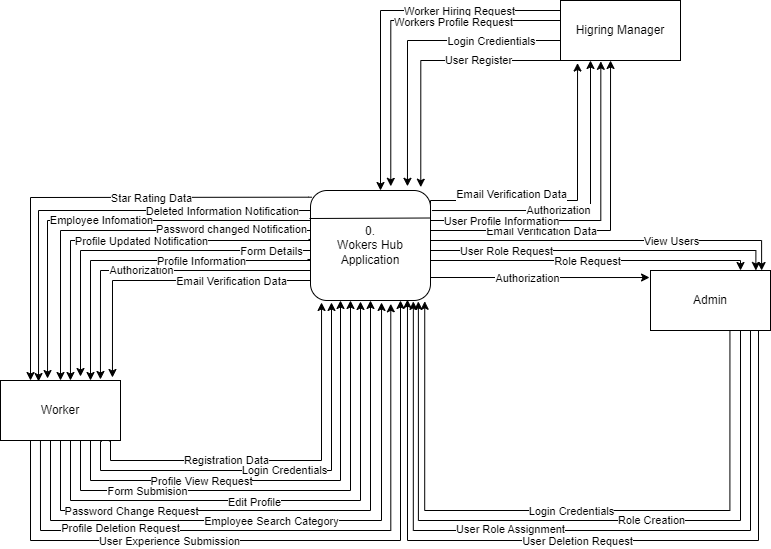
This is context diagram 2.png from SujinRajak/WorkersManaginHub, a draw.io export, as it was before one commit. Source tidied: cells renumbered, new cells last; positions are measured from the earlier drawing's top-left corner, leaving out a move shared by most shapes.
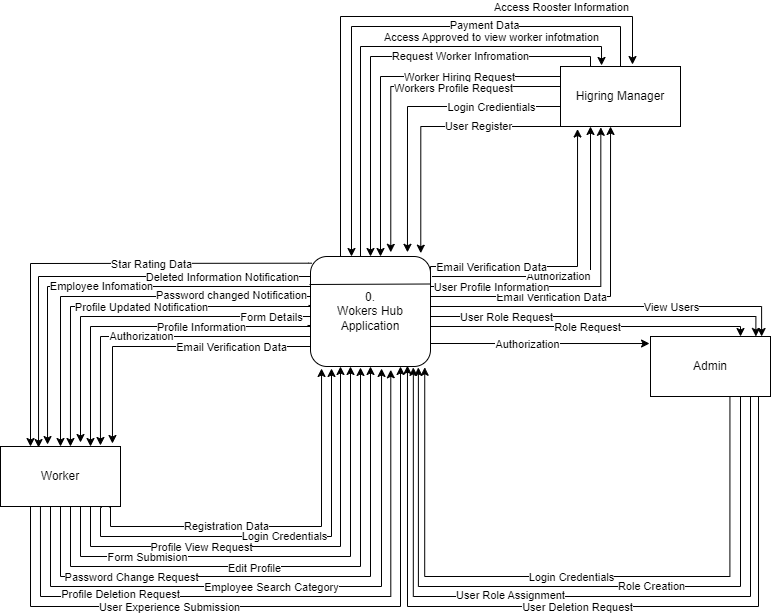
After the change.

Change to the diagram source:
```diff
@@ -115,7 +115,7 @@
     </mxCell>
     <mxCell id="19" value="Email Verification Data" style="edgeLabel;html=1;align=center;verticalAlign=middle;" parent="18" vertex="1">
       <mxGeometry x="-0.36" y="-1" relative="1" as="geometry">
-        <mxPoint x="27" y="-1" as="offset" />
+        <mxPoint x="37" y="-1" as="offset" />
       </mxGeometry>
     </mxCell>
     <mxCell id="20" style="edgeStyle=orthogonalEdgeStyle;rounded=0;jettySize=auto;html=1;exitX=1;exitY=0.5;exitDx=0;exitDy=0;entryX=0.336;entryY=1.014;entryDx=0;entryDy=0;entryPerimeter=0;" parent="1" edge="1" source="36" target="65">
@@ -128,7 +128,7 @@
     </mxCell>
     <mxCell id="21" value="User Profile Information" style="edgeLabel;html=1;align=center;verticalAlign=middle;" parent="20" vertex="1">
       <mxGeometry x="-0.55" relative="1" as="geometry">
-        <mxPoint x="16" as="offset" />
+        <mxPoint x="6" as="offset" />
       </mxGeometry>
     </mxCell>
     <mxCell id="22" style="edgeStyle=orthogonalEdgeStyle;rounded=0;jettySize=auto;html=1;exitX=1.012;exitY=0.182;exitDx=0;exitDy=0;entryX=0.25;entryY=1;entryDx=0;entryDy=0;exitPerimeter=0;" parent="1" edge="1" source="36" target="65">
@@ -153,7 +153,7 @@
     </mxCell>
     <mxCell id="25" value="Email Verification Data" style="edgeLabel;html=1;align=center;verticalAlign=middle;" parent="24" vertex="1">
       <mxGeometry x="-0.27" relative="1" as="geometry">
-        <mxPoint x="-12" y="-7" as="offset" />
+        <mxPoint x="-32" as="offset" />
       </mxGeometry>
     </mxCell>
     <mxCell id="26" style="edgeStyle=orthogonalEdgeStyle;rounded=0;jettySize=auto;html=1;exitX=0.011;exitY=0.061;exitDx=0;exitDy=0;entryX=0.25;entryY=0;entryDx=0;entryDy=0;exitPerimeter=0;" parent="1" edge="1" source="36" target="56">
@@ -400,6 +400,25 @@
     <mxCell id="64" value="User Register" style="edgeLabel;html=1;align=center;verticalAlign=middle;" parent="63" vertex="1">
       <mxGeometry x="-0.3" y="-1" relative="1" as="geometry" />
     </mxCell>
+    <mxCell id="75" style="edgeStyle=orthogonalEdgeStyle;rounded=0;jettySize=auto;html=1;exitX=0.25;exitY=0;exitDx=0;exitDy=0;entryX=0.5;entryY=0;entryDx=0;entryDy=0;" parent="1" edge="1" source="65" target="36">
+      <mxGeometry relative="1" as="geometry">
+        <Array as="points">
+          <mxPoint x="590" y="-10" />
+          <mxPoint x="370" y="-10" />
+        </Array>
+      </mxGeometry>
+    </mxCell>
+    <mxCell id="76" style="edgeStyle=orthogonalEdgeStyle;rounded=0;jettySize=auto;html=1;exitX=0.5;exitY=0;exitDx=0;exitDy=0;" parent="1" edge="1" source="65" target="36">
+      <mxGeometry relative="1" as="geometry">
+        <Array as="points">
+          <mxPoint x="620" y="-40" />
+          <mxPoint x="351" y="-40" />
+        </Array>
+      </mxGeometry>
+    </mxCell>
+    <mxCell id="77" value="Payment Data" style="edgeLabel;html=1;align=center;verticalAlign=middle;" parent="76" vertex="1">
+      <mxGeometry x="-0.34" y="-2" relative="1" as="geometry" />
+    </mxCell>
     <mxCell id="65" value="Higring Manager" style="rounded=0;whiteSpace=wrap;html=1;" parent="1" vertex="1">
       <mxGeometry x="560" width="120" height="60" as="geometry" />
     </mxCell>
@@ -456,5 +475,38 @@
     <mxCell id="74" value="Admin" style="rounded=0;whiteSpace=wrap;html=1;" parent="1" vertex="1">
       <mxGeometry x="650" y="270" width="120" height="60" as="geometry" />
     </mxCell>
+    <mxCell id="78" value="Request Worker Infromation" style="edgeStyle=none;orthogonalLoop=1;jettySize=auto;html=1;rounded=0;" parent="1" edge="1">
+      <mxGeometry x="-0.5" relative="1" as="geometry">
+        <mxPoint x="440" y="-10" as="sourcePoint" />
+        <mxPoint x="520" y="-10" as="targetPoint" />
+      </mxGeometry>
+    </mxCell>
+    <mxCell id="79" style="edgeStyle=orthogonalEdgeStyle;rounded=0;jettySize=auto;html=1;exitX=0.25;exitY=0;exitDx=0;exitDy=0;entryX=0.342;entryY=-0.017;entryDx=0;entryDy=0;entryPerimeter=0;" parent="1" edge="1" source="36" target="65">
+      <mxGeometry relative="1" as="geometry">
+        <Array as="points">
+          <mxPoint x="360" y="190" />
+          <mxPoint x="360" y="-20" />
+          <mxPoint x="601" y="-20" />
+        </Array>
+      </mxGeometry>
+    </mxCell>
+    <mxCell id="80" value="Access Approved to view worker infotmation" style="edgeLabel;html=1;align=center;verticalAlign=middle;" parent="79" vertex="1">
+      <mxGeometry x="0.47" y="-1" relative="1" as="geometry">
+        <mxPoint x="1" y="-11" as="offset" />
+      </mxGeometry>
+    </mxCell>
+    <mxCell id="81" style="edgeStyle=orthogonalEdgeStyle;rounded=0;jettySize=auto;html=1;exitX=0.25;exitY=0;exitDx=0;exitDy=0;entryX=0.6;entryY=-0.033;entryDx=0;entryDy=0;entryPerimeter=0;" parent="1" edge="1" source="36" target="65">
+      <mxGeometry relative="1" as="geometry">
+        <Array as="points">
+          <mxPoint x="340" y="-50" />
+          <mxPoint x="632" y="-50" />
+        </Array>
+      </mxGeometry>
+    </mxCell>
+    <mxCell id="82" value="Access Rooster Information" style="edgeLabel;html=1;align=center;verticalAlign=middle;" parent="81" vertex="1">
+      <mxGeometry x="-0.07" y="-1" relative="1" as="geometry">
+        <mxPoint x="189" y="-11" as="offset" />
+      </mxGeometry>
+    </mxCell>
   </root>
 </mxGraphModel>
```
